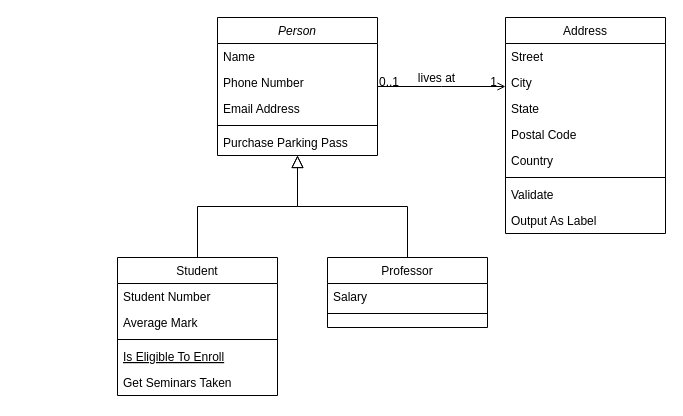
The draw.io diagram DiagramFolder/Untitled Diagram.drawio in jelic-strahinja/MappableChart, before the edit. Source tidied: cells renumbered, new cells numbered last; positions are measured from the earlier drawing's top-left corner, leaving out a move shared by most shapes. Both pictures are drawn from the tidied source at 100%, with x=0, y=0 at pixel (117, 17).
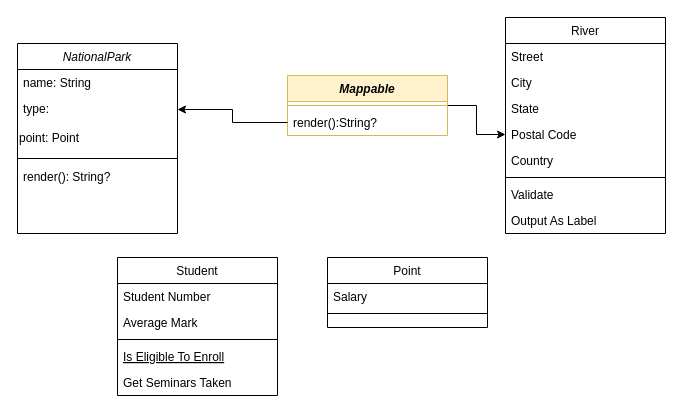
Above is the later version.

Unchanged cells that the change refers to:
```xml
<mxCell id="8" value="Student" style="swimlane;fontStyle=0;align=center;verticalAlign=top;horizontal=1;startSize=26;rounded=0;shadow=0;strokeWidth=1;" parent="1" vertex="1">
  <mxGeometry y="240" width="160" height="138" as="geometry" />
</mxCell>
<mxCell id="23" value="Postal Code" style="text;align=left;verticalAlign=top;spacingLeft=4;spacingRight=4;overflow=hidden;points=[[0,0.5],[1,0.5]];portConstraint=eastwest;rounded=0;shadow=0;html=0;" parent="19" vertex="1">
  <mxGeometry y="104" width="160" height="26" as="geometry" />
</mxCell>
```

The edit, as a diff of the source:
```diff
@@
-    <mxCell id="2" value="Person" style="swimlane;fontStyle=2;align=center;verticalAlign=top;horizontal=1;startSize=26;rounded=0;shadow=0;strokeWidth=1;" parent="1" vertex="1">
-      <mxGeometry x="100" width="160" height="138" as="geometry" />
+    <mxCell id="2" value="NationalPark" style="swimlane;fontStyle=2;align=center;verticalAlign=top;horizontal=1;startSize=26;rounded=0;shadow=0;strokeWidth=1;" parent="1" vertex="1">
+      <mxGeometry x="-100" y="26" width="160" height="190" as="geometry" />
     </mxCell>
-    <mxCell id="3" value="Name" style="text;align=left;verticalAlign=top;spacingLeft=4;spacingRight=4;overflow=hidden;" parent="2" vertex="1">
+    <mxCell id="3" value="name: String" style="text;align=left;verticalAlign=top;spacingLeft=4;spacingRight=4;overflow=hidden;" parent="2" vertex="1">
       <mxGeometry y="26" width="160" height="26" as="geometry" />
     </mxCell>
-    <mxCell id="4" value="Phone Number" style="text;align=left;verticalAlign=top;spacingLeft=4;spacingRight=4;overflow=hidden;rounded=0;shadow=0;html=0;" parent="2" vertex="1">
-      <mxGeometry y="52" width="160" height="26" as="geometry" />
-    </mxCell>
-    <mxCell id="5" value="Email Address" style="text;align=left;verticalAlign=top;spacingLeft=4;spacingRight=4;overflow=hidden;points=[[0,0.5],[1,0.5]];portConstraint=eastwest;rounded=0;shadow=0;html=0;" parent="2" vertex="1">
-      <mxGeometry y="78" width="160" height="26" as="geometry" />
+    <mxCell id="5" value="type:&#10;" style="text;align=left;verticalAlign=top;spacingLeft=4;spacingRight=4;overflow=hidden;points=[[0,0.5],[1,0.5]];portConstraint=eastwest;rounded=0;shadow=0;html=0;" parent="2" vertex="1">
+      <mxGeometry y="52" width="160" height="28" as="geometry" />
     </mxCell>
+    <mxCell id="32" value="&lt;div align=&quot;left&quot;&gt;point: Point&lt;/div&gt;" style="text;html=1;strokeColor=none;fillColor=none;align=left;verticalAlign=middle;whiteSpace=wrap;rounded=0;" parent="2" vertex="1">
+      <mxGeometry y="80" width="160" height="30" as="geometry" />
+    </mxCell>
     <mxCell id="6" style="line;html=1;strokeWidth=1;align=left;verticalAlign=middle;spacingTop=-1;spacingLeft=3;spacingRight=3;labelPosition=right;" parent="2" vertex="1">
-      <mxGeometry y="104" width="160" height="8" as="geometry" />
+      <mxGeometry y="110" width="160" height="10" as="geometry" />
     </mxCell>
-    <mxCell id="7" value="Purchase Parking Pass" style="text;align=left;verticalAlign=top;spacingLeft=4;spacingRight=4;overflow=hidden;" parent="2" vertex="1">
-      <mxGeometry y="112" width="160" height="26" as="geometry" />
+    <mxCell id="7" value="render(): String?" style="text;align=left;verticalAlign=top;spacingLeft=4;spacingRight=4;overflow=hidden;" parent="2" vertex="1">
+      <mxGeometry y="120" width="160" height="26" as="geometry" />
     </mxCell>
@@
-    <mxCell id="14" style="endArrow=block;endSize=10;endFill=0;shadow=0;strokeWidth=1;rounded=0;edgeStyle=elbowEdgeStyle;elbow=vertical;" parent="1" edge="1" source="8" target="2">
-      <mxGeometry relative="1" as="geometry" />
-    </mxCell>
-    <mxCell id="15" value="Professor" style="swimlane;fontStyle=0;align=center;verticalAlign=top;horizontal=1;startSize=26;rounded=0;shadow=0;strokeWidth=1;" parent="1" vertex="1">
+    <mxCell id="15" value="Point" style="swimlane;fontStyle=0;align=center;verticalAlign=top;horizontal=1;startSize=26;rounded=0;shadow=0;strokeWidth=1;" parent="1" vertex="1">
       <mxGeometry x="210" y="240" width="160" height="70" as="geometry" />
     </mxCell>
@@
-    <mxCell id="18" style="endArrow=block;endSize=10;endFill=0;shadow=0;strokeWidth=1;rounded=0;edgeStyle=elbowEdgeStyle;elbow=vertical;" parent="1" edge="1" source="15" target="2">
-      <mxGeometry relative="1" as="geometry" />
-    </mxCell>
-    <mxCell id="19" value="Address" style="swimlane;fontStyle=0;align=center;verticalAlign=top;horizontal=1;startSize=26;rounded=0;shadow=0;strokeWidth=1;" parent="1" vertex="1">
+    <mxCell id="19" value="River&#10;" style="swimlane;fontStyle=0;align=center;verticalAlign=top;horizontal=1;startSize=26;rounded=0;shadow=0;strokeWidth=1;" parent="1" vertex="1">
       <mxGeometry x="388" width="160" height="216" as="geometry" />
     </mxCell>
@@
-    <mxCell id="28" style="endArrow=open;shadow=0;strokeWidth=1;rounded=0;endFill=1;edgeStyle=elbowEdgeStyle;elbow=vertical;" parent="1" edge="1" source="2" target="19">
-      <mxGeometry x="0.5" y="41" relative="1" as="geometry">
-        <mxPoint x="-40" y="32" as="offset" />
-      </mxGeometry>
-    </mxCell>
-    <mxCell id="29" value="0..1" style="align=left;verticalAlign=bottom;labelBackgroundColor=none;fontSize=12;" parent="28" vertex="1">
-      <mxGeometry x="-1" relative="1" as="geometry">
-        <mxPoint y="4" as="offset" />
-      </mxGeometry>
-    </mxCell>
-    <mxCell id="30" value="1" style="align=right;verticalAlign=bottom;labelBackgroundColor=none;fontSize=12;" parent="28" vertex="1">
-      <mxGeometry x="1" relative="1" as="geometry">
-        <mxPoint x="-7" y="4" as="offset" />
-      </mxGeometry>
-    </mxCell>
-    <mxCell id="31" value="lives at" style="text;html=1;align=center;verticalAlign=middle;labelBackgroundColor=none;rounded=0;shadow=0;strokeWidth=1;fontSize=12;" parent="28" vertex="1">
-      <mxGeometry x="0.5" y="49" relative="1" as="geometry">
-        <mxPoint x="-38" y="40" as="offset" />
-      </mxGeometry>
-    </mxCell>
+    <mxCell id="33" style="edgeStyle=orthogonalEdgeStyle;rounded=0;jettySize=auto;html=1;" parent="1" edge="1" source="34" target="23">
+      <mxGeometry relative="1" as="geometry" />
+    </mxCell>
+    <mxCell id="34" value="&lt;i&gt;Mappable&lt;/i&gt;" style="swimlane;fontStyle=1;align=center;verticalAlign=top;horizontal=1;startSize=26;whiteSpace=wrap;html=1;fillColor=#fff2cc;strokeColor=#d6b656;" parent="1" vertex="1">
+      <mxGeometry x="170" y="58" width="160" height="60" as="geometry" />
+    </mxCell>
+    <mxCell id="35" style="line;strokeWidth=1;fillColor=none;align=left;verticalAlign=middle;spacingTop=-1;spacingLeft=3;spacingRight=3;labelPosition=right;strokeColor=inherit;" parent="34" vertex="1">
+      <mxGeometry y="26" width="160" height="8" as="geometry" />
+    </mxCell>
+    <mxCell id="36" value="render():String?" style="text;strokeColor=none;fillColor=none;align=left;verticalAlign=top;spacingLeft=4;spacingRight=4;overflow=hidden;points=[[0,0.5],[1,0.5]];portConstraint=eastwest;whiteSpace=wrap;html=1;" parent="34" vertex="1">
+      <mxGeometry y="34" width="160" height="26" as="geometry" />
+    </mxCell>
+    <mxCell id="37" style="edgeStyle=orthogonalEdgeStyle;rounded=0;jettySize=auto;html=1;exitX=0;exitY=0.5;exitDx=0;exitDy=0;" parent="1" edge="1" source="36" target="5">
+      <mxGeometry relative="1" as="geometry" />
+    </mxCell>
```
